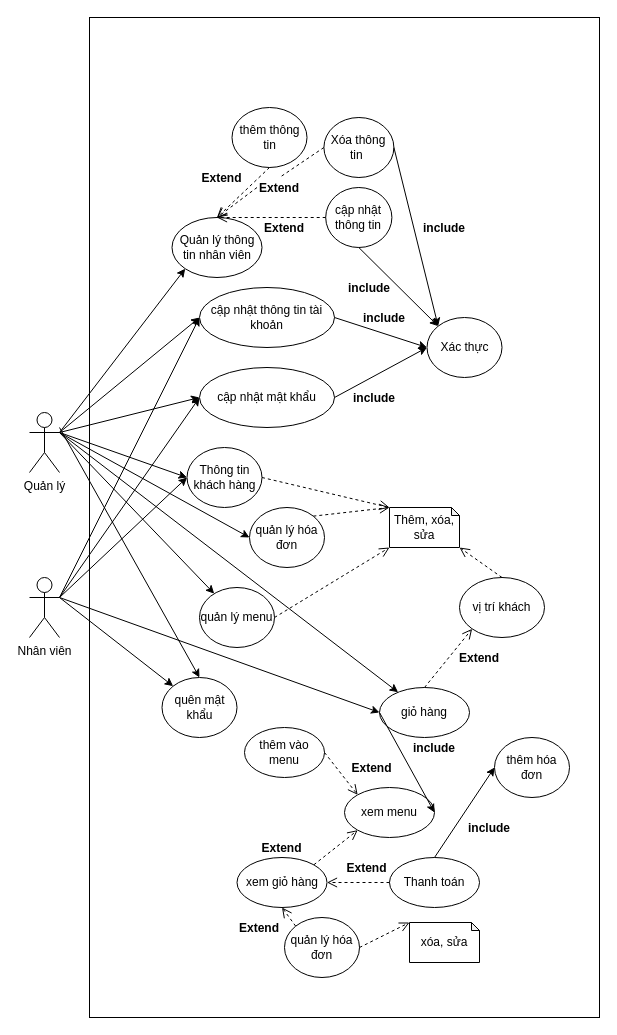
Before: page "All" (3 of 3) of Sơ đồ/Các chức năng.drawio in 518H0090/FinalProjectAndroid, a draw.io diagram. Source tidied: cells renumbered, new cells numbered last; positions are measured from the earlier drawing's top-left corner, leaving out a move shared by most shapes. Both pictures are drawn from the tidied source at 100%, with x=0, y=0 at pixel (29, 17).
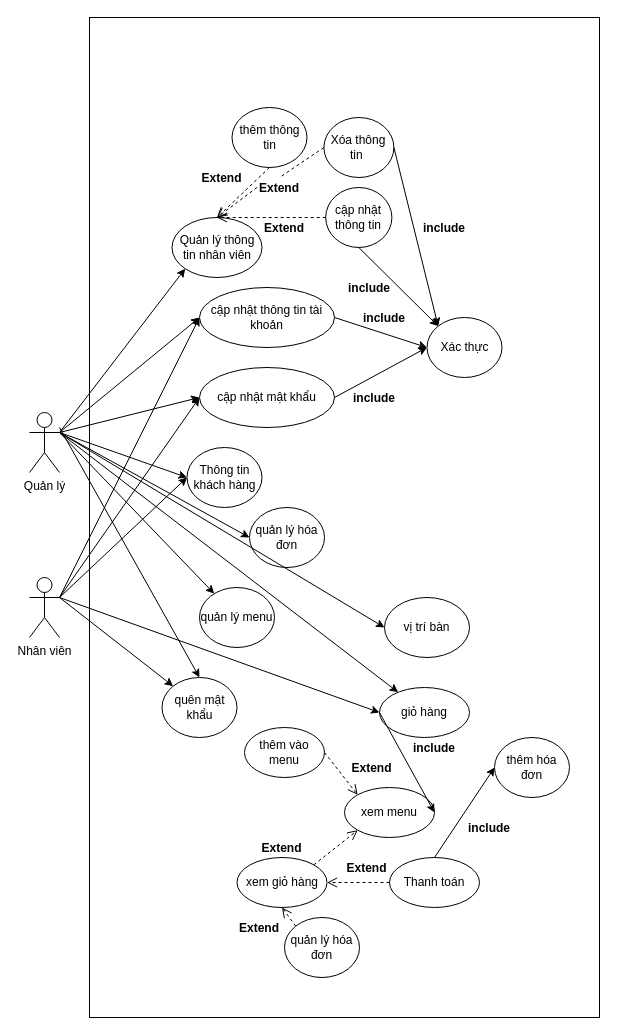
Above is the later version.

Unchanged cells that the change refers to:
```xml
<mxCell id="3" value="Quản lý" style="shape=umlActor;verticalLabelPosition=bottom;verticalAlign=top;html=1;outlineConnect=0;" parent="1" vertex="1">
  <mxGeometry y="395" width="30" height="60" as="geometry" />
</mxCell>
<mxCell id="5" value="quản lý menu" style="ellipse;whiteSpace=wrap;html=1;" parent="1" vertex="1">
  <mxGeometry x="170" y="570" width="75" height="60" as="geometry" />
</mxCell>
<mxCell id="14" value="Thông tin khách hàng" style="ellipse;whiteSpace=wrap;html=1;" parent="1" vertex="1">
  <mxGeometry x="157.5" y="430" width="75" height="60" as="geometry" />
</mxCell>
<mxCell id="19" value="giỏ hàng" style="ellipse;whiteSpace=wrap;html=1;" parent="1" vertex="1">
  <mxGeometry x="350" y="670" width="90" height="50" as="geometry" />
</mxCell>
<mxCell id="57" value="quản lý hóa đơn" style="ellipse;whiteSpace=wrap;html=1;" parent="1" vertex="1">
  <mxGeometry x="220" y="490" width="75" height="60" as="geometry" />
</mxCell>
<mxCell id="61" value="quản lý hóa đơn" style="ellipse;whiteSpace=wrap;html=1;" parent="1" vertex="1">
  <mxGeometry x="255" y="900" width="75" height="60" as="geometry" />
</mxCell>
```

Diff of the diagram source:
```diff
@@
-    <mxCell id="6" value="vị trí khách" style="ellipse;whiteSpace=wrap;html=1;" parent="1" vertex="1">
-      <mxGeometry x="430" y="560" width="85" height="60" as="geometry" />
+    <mxCell id="6" value="vị trí bàn" style="ellipse;whiteSpace=wrap;html=1;" parent="1" vertex="1">
+      <mxGeometry x="355" y="580" width="85" height="60" as="geometry" />
     </mxCell>
@@
-    <mxCell id="9" style="html=1;verticalAlign=bottom;endArrow=open;dashed=1;endSize=8;entryX=1;entryY=1;entryDx=0;entryDy=0;entryPerimeter=0;exitX=0.5;exitY=0;exitDx=0;exitDy=0;" parent="1" edge="1" source="6" target="60">
-      <mxGeometry relative="1" as="geometry" />
-    </mxCell>
-    <mxCell id="10" style="html=1;verticalAlign=bottom;endArrow=open;dashed=1;endSize=8;entryX=0;entryY=1;entryDx=0;entryDy=0;exitX=1;exitY=0.5;exitDx=0;exitDy=0;entryPerimeter=0;" parent="1" edge="1" source="5" target="60">
-      <mxGeometry relative="1" as="geometry" />
-    </mxCell>
@@
-    <mxCell id="15" style="html=1;verticalAlign=bottom;endArrow=open;dashed=1;endSize=8;exitX=1;exitY=0.5;exitDx=0;exitDy=0;entryX=0;entryY=0;entryDx=0;entryDy=0;entryPerimeter=0;" parent="1" edge="1" source="14" target="60">
-      <mxGeometry relative="1" as="geometry" />
-    </mxCell>
@@
-    <mxCell id="20" style="html=1;verticalAlign=bottom;endArrow=open;dashed=1;endSize=8;exitX=0.5;exitY=0;exitDx=0;exitDy=0;entryX=0;entryY=1;entryDx=0;entryDy=0;" parent="1" edge="1" source="19" target="6">
-      <mxGeometry relative="1" as="geometry" />
-    </mxCell>
-    <mxCell id="21" value="Extend" style="text;align=center;fontStyle=1;verticalAlign=middle;spacingLeft=3;spacingRight=3;strokeColor=none;" parent="1" vertex="1">
-      <mxGeometry x="427.5" y="630" width="45" height="20" as="geometry" />
-    </mxCell>
@@
-    <mxCell id="59" style="html=1;verticalAlign=bottom;endArrow=open;dashed=1;endSize=8;entryX=0;entryY=0;entryDx=0;entryDy=0;exitX=1;exitY=0;exitDx=0;exitDy=0;entryPerimeter=0;" parent="1" edge="1" source="57" target="60">
-      <mxGeometry relative="1" as="geometry" />
-    </mxCell>
-    <mxCell id="60" value="Thêm, xóa, sửa" style="shape=note;whiteSpace=wrap;html=1;backgroundOutline=1;darkOpacity=0.05;size=8;" parent="1" vertex="1">
-      <mxGeometry x="360" y="490" width="70" height="40" as="geometry" />
-    </mxCell>
@@
-    <mxCell id="62" style="html=1;verticalAlign=bottom;endArrow=open;dashed=1;endSize=8;entryX=0;entryY=0;entryDx=0;entryDy=0;exitX=1;exitY=0.5;exitDx=0;exitDy=0;entryPerimeter=0;" parent="1" edge="1" source="61" target="63">
-      <mxGeometry relative="1" as="geometry" />
-    </mxCell>
-    <mxCell id="63" value="xóa, sửa" style="shape=note;whiteSpace=wrap;html=1;backgroundOutline=1;darkOpacity=0.05;size=8;" parent="1" vertex="1">
-      <mxGeometry x="380" y="905" width="70" height="40" as="geometry" />
-    </mxCell>
@@
+    <mxCell id="73" style="endArrow=classic;html=1;exitX=1;exitY=0.3333333333333333;exitDx=0;exitDy=0;exitPerimeter=0;entryX=0;entryY=0.5;entryDx=0;entryDy=0;" parent="1" edge="1" source="3" target="6">
+      <mxGeometry relative="1" as="geometry" />
+    </mxCell>
```
